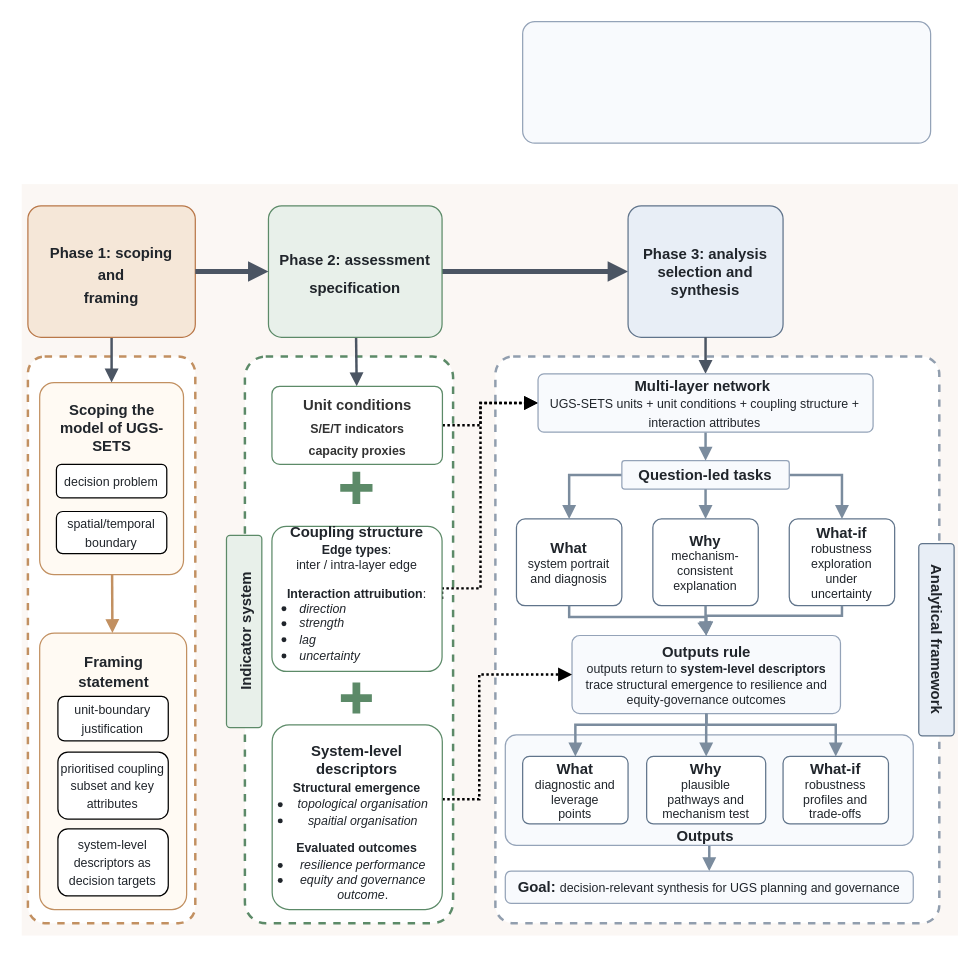
Earlier version of the draw.io diagram section5-workflow.drawio (ZixuanLi317/iodraw-files). Source tidied: cells renumbered, new cells numbered last; positions are measured from the earlier drawing's top-left corner, leaving out a move shared by most shapes. Both pictures are drawn from the tidied source at 124%, with x=0, y=0 at pixel (21, 21).
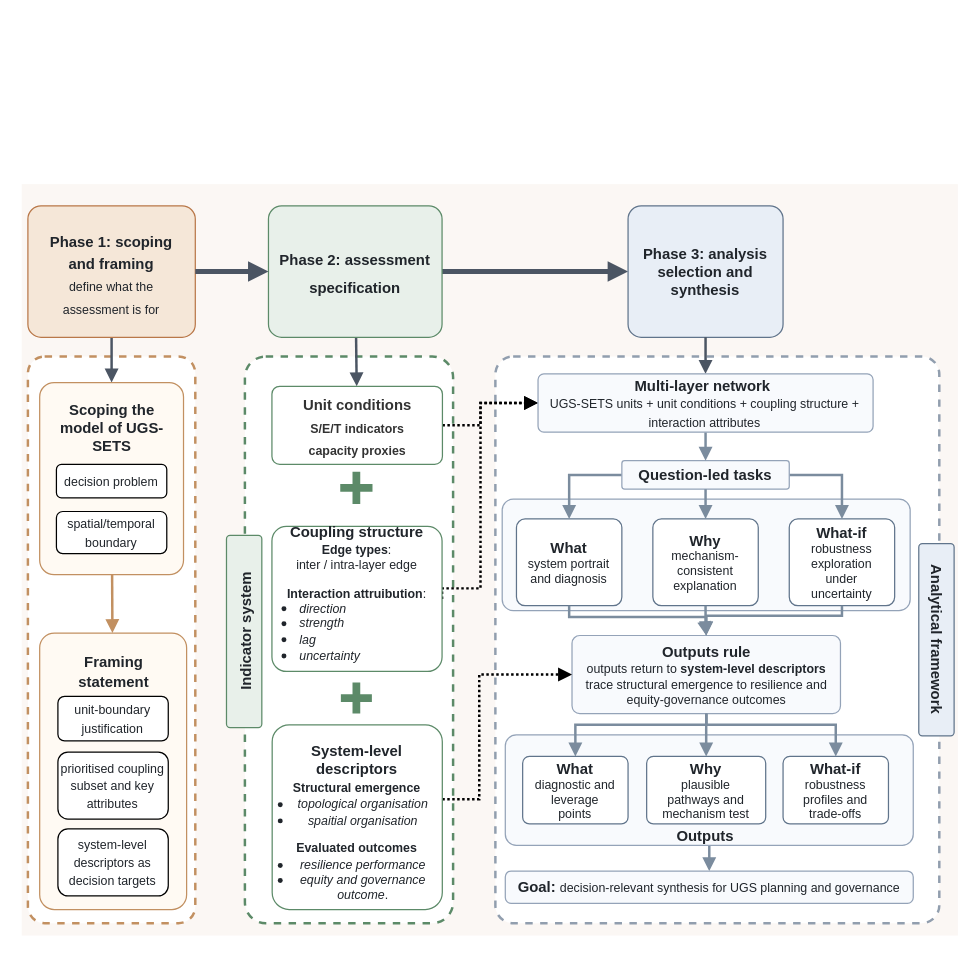
Above is the later version.

Diff of the diagram source:
```diff
@@
     <mxCell id="4" style="whiteSpace=wrap;html=1;fillColor=#f8fafd;strokeColor=#94a3b8;fontSize=12;fontColor=#20252b;align=center;verticalAlign=middle;spacing=10;rounded=1;arcSize=10;fontFamily=Helvetica;" parent="1" vertex="1">
-      <mxGeometry x="404" width="329" height="98" as="geometry" />
+      <mxGeometry x="387.5" y="385" width="329" height="90" as="geometry" />
     </mxCell>
@@
-    <mxCell id="10" value="&lt;div style=&quot;line-height: 100%;&quot;&gt;&lt;b&gt;&lt;font style=&quot;font-size: 12px; line-height: 100%;&quot;&gt;Phase 1:&amp;nbsp;&lt;/font&gt;&lt;/b&gt;&lt;b style=&quot;background-color: transparent; color: light-dark(rgb(32, 37, 43), rgb(201, 206, 211));&quot;&gt;&lt;font style=&quot;font-size: 12px; line-height: 100%;&quot;&gt;scoping&lt;/font&gt;&lt;/b&gt;&lt;/div&gt;&lt;div style=&quot;line-height: 100%;&quot;&gt;&lt;div&gt;&lt;b&gt;&lt;font style=&quot;font-size: 12px; line-height: 100%;&quot;&gt;and&lt;/font&gt;&lt;/b&gt;&lt;/div&gt;&lt;div&gt;&lt;b&gt;&lt;font style=&quot;font-size: 12px; line-height: 100%;&quot;&gt;framing&lt;/font&gt;&lt;/b&gt;&lt;/div&gt;&lt;/div&gt;" style="whiteSpace=wrap;html=1;fillColor=#f5e7d8;strokeColor=#b97849;fontSize=18;fontColor=#20252b;align=center;verticalAlign=middle;spacing=10;rounded=1;arcSize=10;" parent="1" vertex="1">
+    <mxCell id="10" value="&lt;div style=&quot;line-height: 100%;&quot;&gt;&lt;b&gt;&lt;font style=&quot;font-size: 12px; line-height: 100%;&quot;&gt;Phase 1:&amp;nbsp;&lt;/font&gt;&lt;/b&gt;&lt;b style=&quot;background-color: transparent; color: light-dark(rgb(32, 37, 43), rgb(201, 206, 211));&quot;&gt;&lt;font style=&quot;font-size: 12px; line-height: 100%;&quot;&gt;scoping&lt;/font&gt;&lt;/b&gt;&lt;/div&gt;&lt;div style=&quot;line-height: 100%;&quot;&gt;&lt;div&gt;&lt;b&gt;&lt;font style=&quot;font-size: 12px; line-height: 100%;&quot;&gt;and&amp;nbsp;&lt;/font&gt;&lt;/b&gt;&lt;b style=&quot;background-color: transparent; color: light-dark(rgb(32, 37, 43), rgb(201, 206, 211));&quot;&gt;&lt;font style=&quot;font-size: 12px; line-height: 100%;&quot;&gt;framing&lt;/font&gt;&lt;/b&gt;&lt;/div&gt;&lt;div&gt;&lt;font style=&quot;line-height: 100%; font-size: 10px;&quot;&gt;define what the assessment is for&lt;/font&gt;&lt;/div&gt;&lt;/div&gt;" style="whiteSpace=wrap;html=1;fillColor=#f5e7d8;strokeColor=#b97849;fontSize=18;fontColor=#20252b;align=center;verticalAlign=middle;spacing=10;rounded=1;arcSize=10;" parent="1" vertex="1">
       <mxGeometry x="5" y="148.5" width="135" height="106" as="geometry" />
     </mxCell>
```
